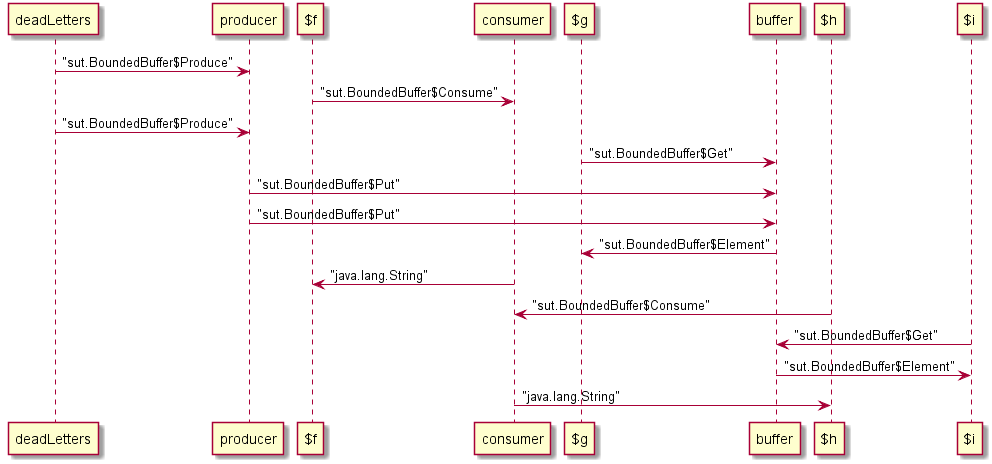
Before: umlSeqDiag.png, a diagram exported from PlantUML (hasansozer/JBita).
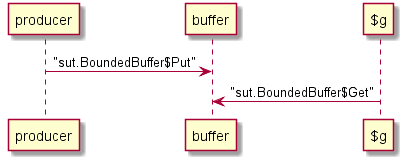
After the commit.

Diff of the diagram source:
```diff
@@ -1,14 +1,4 @@
 @startuml
-"deadLetters" -> "producer": "sut.BoundedBuffer$Produce"
-"$f" -> "consumer": "sut.BoundedBuffer$Consume"
-"deadLetters" -> "producer": "sut.BoundedBuffer$Produce"
+"producer" -> "buffer": "sut.BoundedBuffer$Put"
 "$g" -> "buffer": "sut.BoundedBuffer$Get"
-"producer" -> "buffer": "sut.BoundedBuffer$Put"
-"producer" -> "buffer": "sut.BoundedBuffer$Put"
-"buffer" -> "$g": "sut.BoundedBuffer$Element"
-"consumer" -> "$f": "java.lang.String"
-"$h" -> "consumer": "sut.BoundedBuffer$Consume"
-"$i" -> "buffer": "sut.BoundedBuffer$Get"
-"buffer" -> "$i": "sut.BoundedBuffer$Element"
-"consumer" -> "$h": "java.lang.String"
 @enduml
```
